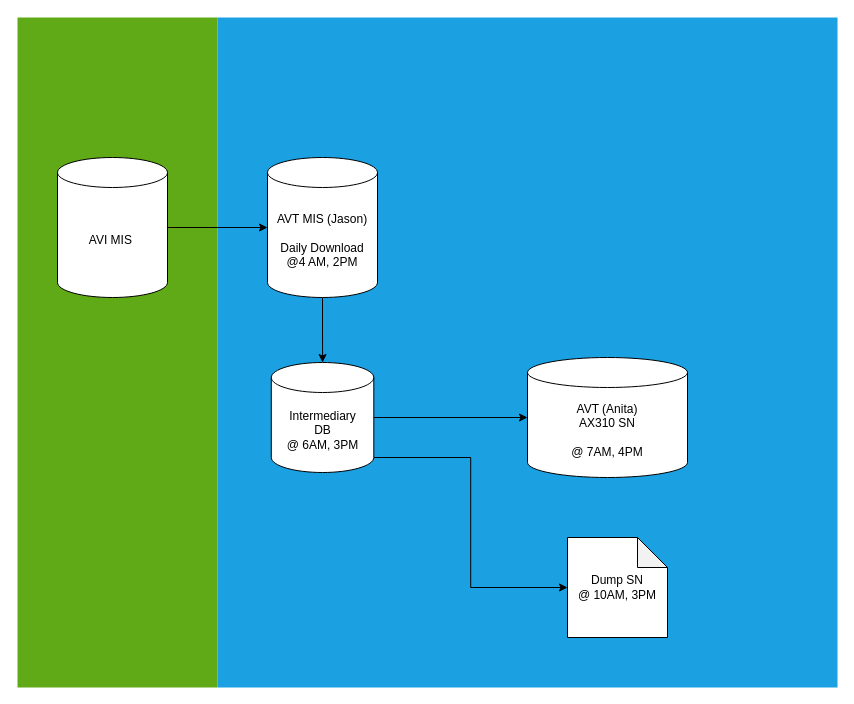
Earlier version of the draw.io diagram Untitled Diagram.drawio (babyChou/my_diagram). Source tidied: cells renumbered, new cells numbered last; positions are measured from the earlier drawing's top-left corner, leaving out a move shared by most shapes. Both pictures are drawn from the tidied source at 100%, with x=0, y=0 at pixel (17, 17).
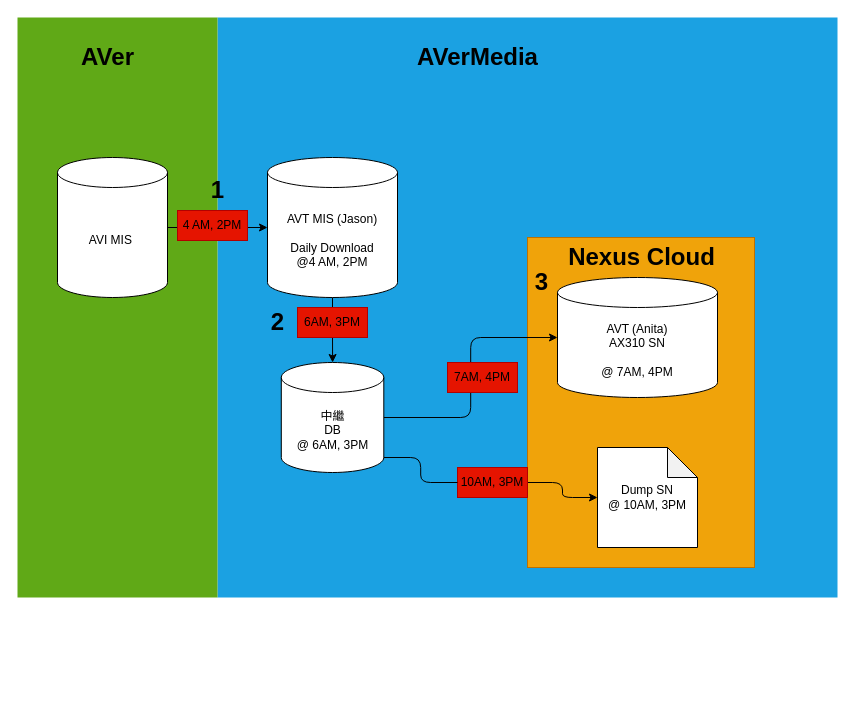
The same diagram, later.

Unchanged cells that the change refers to:
```xml
<mxCell id="7" value="AVI MIS&amp;nbsp;&lt;br&gt;" style="shape=cylinder3;whiteSpace=wrap;html=1;boundedLbl=1;backgroundOutline=1;size=15;" parent="1" vertex="1">
  <mxGeometry x="40" y="140" width="110" height="140" as="geometry" />
</mxCell>
```

What changed in the source:
```diff
@@
+    <mxCell id="3" style="whiteSpace=wrap;html=1;fillColor=#1ba1e2;strokeColor=none;fontColor=#ffffff;" parent="1" vertex="1">
+      <mxGeometry x="200" width="620" height="580" as="geometry" />
+    </mxCell>
+    <mxCell id="13" style="rounded=0;whiteSpace=wrap;html=1;fontColor=#000000;fillColor=#f0a30a;strokeColor=#BD7000;" parent="1" vertex="1">
+      <mxGeometry x="510" y="220" width="227" height="330" as="geometry" />
+    </mxCell>
-    <mxCell id="2" style="rounded=0;whiteSpace=wrap;html=1;fillColor=#60a917;strokeColor=none;fontColor=#ffffff;" parent="1" vertex="1">
-      <mxGeometry width="200" height="670" as="geometry" />
+    <mxCell id="2" style="whiteSpace=wrap;html=1;fillColor=#60a917;strokeColor=none;fontColor=#ffffff;" parent="1" vertex="1">
+      <mxGeometry width="200" height="580" as="geometry" />
     </mxCell>
-    <mxCell id="3" style="rounded=0;whiteSpace=wrap;html=1;fillColor=#1ba1e2;strokeColor=none;fontColor=#ffffff;" parent="1" vertex="1">
-      <mxGeometry x="200" width="620" height="670" as="geometry" />
-    </mxCell>
-    <mxCell id="4" style="edgeStyle=orthogonalEdgeStyle;rounded=0;jettySize=auto;html=1;exitX=0.5;exitY=1;exitDx=0;exitDy=0;exitPerimeter=0;" parent="1" edge="1" source="5" target="10">
+    <mxCell id="4" style="edgeStyle=orthogonalEdgeStyle;jettySize=auto;html=1;exitX=0.5;exitY=1;exitDx=0;exitDy=0;exitPerimeter=0;" parent="1" edge="1" source="5" target="10">
       <mxGeometry relative="1" as="geometry" />
     </mxCell>
     <mxCell id="5" value="AVT MIS (Jason)&lt;br&gt;&lt;br&gt;Daily Download&lt;br&gt;@4 AM, 2PM" style="shape=cylinder3;whiteSpace=wrap;html=1;boundedLbl=1;backgroundOutline=1;size=15;" parent="1" vertex="1">
-      <mxGeometry x="250" y="140" width="110" height="140" as="geometry" />
+      <mxGeometry x="250" y="140" width="130" height="140" as="geometry" />
     </mxCell>
-    <mxCell id="6" style="edgeStyle=orthogonalEdgeStyle;rounded=0;jettySize=auto;html=1;" parent="1" edge="1" source="7" target="5">
+    <mxCell id="6" style="edgeStyle=orthogonalEdgeStyle;jettySize=auto;html=1;" parent="1" edge="1" source="7" target="5">
       <mxGeometry relative="1" as="geometry" />
     </mxCell>
@@
-    <mxCell id="8" style="edgeStyle=orthogonalEdgeStyle;rounded=0;jettySize=auto;html=1;exitX=1;exitY=0.5;exitDx=0;exitDy=0;exitPerimeter=0;" parent="1" edge="1" source="10" target="11">
+    <mxCell id="8" style="edgeStyle=orthogonalEdgeStyle;jettySize=auto;html=1;exitX=1;exitY=0.5;exitDx=0;exitDy=0;exitPerimeter=0;" parent="1" edge="1" source="10" target="11">
       <mxGeometry relative="1" as="geometry" />
     </mxCell>
-    <mxCell id="9" style="edgeStyle=orthogonalEdgeStyle;rounded=0;jettySize=auto;html=1;exitX=1;exitY=1;exitDx=0;exitDy=-15;exitPerimeter=0;entryX=0;entryY=0.5;entryDx=0;entryDy=0;entryPerimeter=0;" parent="1" edge="1" source="10" target="12">
+    <mxCell id="9" style="edgeStyle=orthogonalEdgeStyle;jettySize=auto;html=1;exitX=1;exitY=1;exitDx=0;exitDy=-15;exitPerimeter=0;entryX=0;entryY=0.5;entryDx=0;entryDy=0;entryPerimeter=0;startArrow=none;" parent="1" edge="1" source="19" target="12">
       <mxGeometry relative="1" as="geometry" />
     </mxCell>
-    <mxCell id="10" value="Intermediary&lt;br&gt;DB&lt;br&gt;@ 6AM, 3PM" style="shape=cylinder3;whiteSpace=wrap;html=1;boundedLbl=1;backgroundOutline=1;size=15;" parent="1" vertex="1">
-      <mxGeometry x="253.8" y="345" width="102.5" height="110" as="geometry" />
+    <mxCell id="10" value="中繼&lt;br&gt;DB&lt;br&gt;@ 6AM, 3PM" style="shape=cylinder3;whiteSpace=wrap;html=1;boundedLbl=1;backgroundOutline=1;size=15;" parent="1" vertex="1">
+      <mxGeometry x="263.8" y="345" width="102.5" height="110" as="geometry" />
     </mxCell>
     <mxCell id="11" value="AVT (Anita)&lt;br&gt;AX310 SN&lt;br&gt;&lt;br&gt;@ 7AM, 4PM" style="shape=cylinder3;whiteSpace=wrap;html=1;boundedLbl=1;backgroundOutline=1;size=15;" parent="1" vertex="1">
-      <mxGeometry x="510" y="340" width="160" height="120" as="geometry" />
+      <mxGeometry x="540" y="260" width="160" height="120" as="geometry" />
     </mxCell>
     <mxCell id="12" value="Dump SN&lt;br&gt;@ 10AM, 3PM" style="shape=note;whiteSpace=wrap;html=1;backgroundOutline=1;darkOpacity=0.05;" parent="1" vertex="1">
-      <mxGeometry x="550" y="520" width="100" height="100" as="geometry" />
+      <mxGeometry x="580" y="430" width="100" height="100" as="geometry" />
     </mxCell>
+    <mxCell id="14" value="AVerMedia" style="text;strokeColor=none;fillColor=none;html=1;fontSize=24;fontStyle=1;verticalAlign=middle;align=center;" parent="1" vertex="1">
+      <mxGeometry x="410" y="20" width="100" height="40" as="geometry" />
+    </mxCell>
+    <mxCell id="15" value="AVer" style="text;strokeColor=none;fillColor=none;html=1;fontSize=24;fontStyle=1;verticalAlign=middle;align=center;" parent="1" vertex="1">
+      <mxGeometry x="40" y="20" width="100" height="40" as="geometry" />
+    </mxCell>
+    <mxCell id="16" value="&lt;span style=&quot;color: rgb(0 , 0 , 0)&quot;&gt;4 AM, 2PM&lt;/span&gt;" style="text;html=1;align=center;verticalAlign=middle;whiteSpace=wrap;fillColor=#e51400;strokeColor=#B20000;fontColor=#ffffff;" parent="1" vertex="1">
+      <mxGeometry x="160" y="193" width="70" height="30" as="geometry" />
+    </mxCell>
+    <mxCell id="17" value="&lt;span style=&quot;color: rgb(0 , 0 , 0)&quot;&gt;6AM, 3PM&lt;/span&gt;" style="text;html=1;align=center;verticalAlign=middle;whiteSpace=wrap;fillColor=#e51400;strokeColor=#B20000;fontColor=#ffffff;" parent="1" vertex="1">
+      <mxGeometry x="280" y="290" width="70" height="30" as="geometry" />
+    </mxCell>
+    <mxCell id="18" value="&lt;span style=&quot;color: rgb(0 , 0 , 0)&quot;&gt;7AM, 4PM&lt;/span&gt;" style="text;html=1;align=center;verticalAlign=middle;whiteSpace=wrap;fillColor=#e51400;strokeColor=#B20000;fontColor=#ffffff;" parent="1" vertex="1">
+      <mxGeometry x="430" y="345" width="70" height="30" as="geometry" />
+    </mxCell>
+    <mxCell id="19" value="&lt;span style=&quot;color: rgb(0 , 0 , 0)&quot;&gt;10AM, 3PM&lt;/span&gt;" style="text;html=1;align=center;verticalAlign=middle;whiteSpace=wrap;fillColor=#e51400;strokeColor=#B20000;fontColor=#ffffff;" parent="1" vertex="1">
+      <mxGeometry x="440" y="450" width="70" height="30" as="geometry" />
+    </mxCell>
+    <mxCell id="20" style="edgeStyle=orthogonalEdgeStyle;jettySize=auto;html=1;exitX=1;exitY=1;exitDx=0;exitDy=-15;exitPerimeter=0;entryX=0;entryY=0.5;entryDx=0;entryDy=0;entryPerimeter=0;endArrow=none;" parent="1" edge="1" source="10" target="19">
+      <mxGeometry relative="1" as="geometry" />
+    </mxCell>
+    <mxCell id="21" value="1" style="text;strokeColor=none;fillColor=none;html=1;fontSize=24;fontStyle=1;verticalAlign=middle;align=center;" parent="1" vertex="1">
+      <mxGeometry x="150" y="153" width="100" height="40" as="geometry" />
+    </mxCell>
+    <mxCell id="22" value="2" style="text;strokeColor=none;fillColor=none;html=1;fontSize=24;fontStyle=1;verticalAlign=middle;align=center;" parent="1" vertex="1">
+      <mxGeometry x="210" y="285" width="100" height="40" as="geometry" />
+    </mxCell>
+    <mxCell id="23" value="3" style="text;strokeColor=none;fillColor=none;html=1;fontSize=24;fontStyle=1;verticalAlign=middle;align=center;" parent="1" vertex="1">
+      <mxGeometry x="473.5" y="245" width="100" height="40" as="geometry" />
+    </mxCell>
+    <mxCell id="24" value="Nexus Cloud" style="text;strokeColor=none;fillColor=none;html=1;fontSize=24;fontStyle=1;verticalAlign=middle;align=center;fontColor=#000000;" parent="1" vertex="1">
+      <mxGeometry x="573.5" y="220" width="100" height="40" as="geometry" />
+    </mxCell>
```
